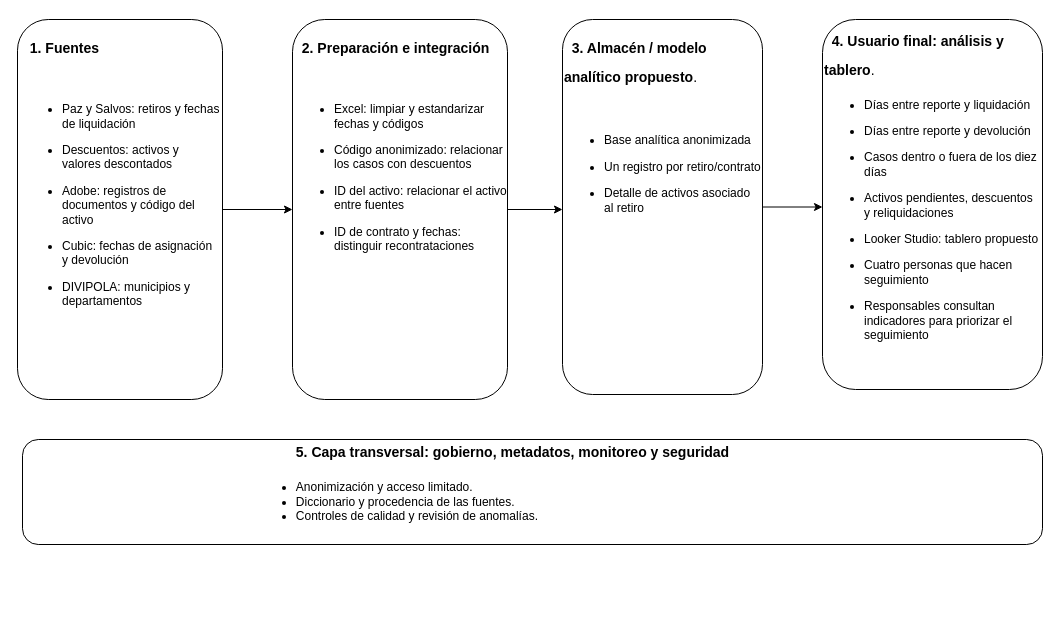
Before: docs/diagramas/Arquitectura_BI.drawio in Angiensanchezm-jpg/bi-proyecto-equipo-AngieSanchez-507232753-JuanaSotomayor-507232708, a draw.io diagram. Source tidied: cells renumbered, new cells numbered last; positions are measured from the earlier drawing's top-left corner, leaving out a move shared by most shapes. Both pictures are drawn from the tidied source at 100%, with x=0, y=0 at pixel (17, 17).
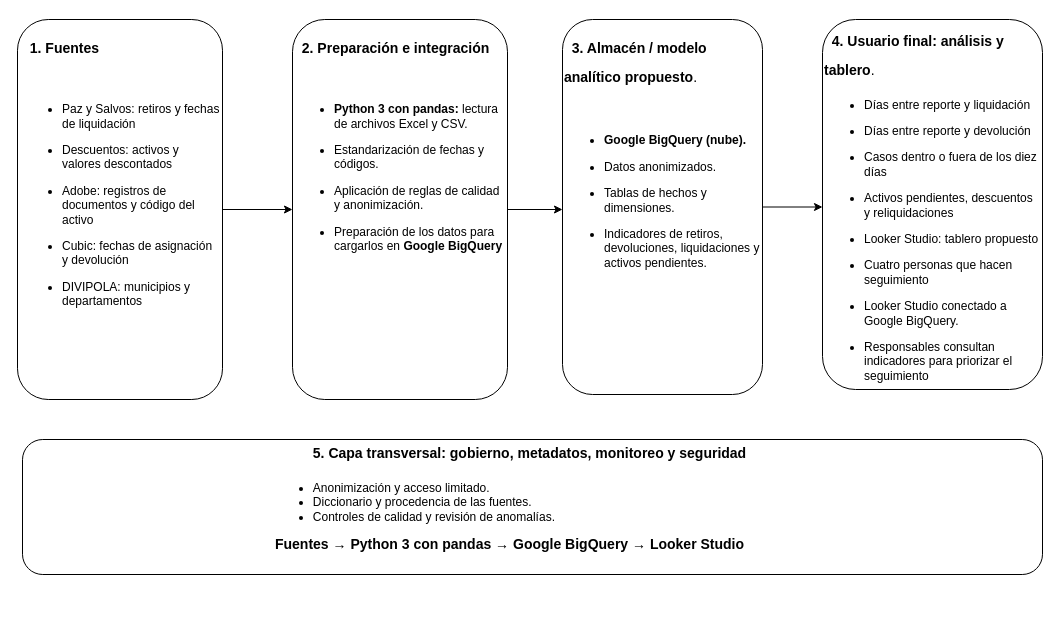
After the change.

What changed in the source:
```diff
@@
 <mxGraphModel>
   <root>
     <mxCell id="0" />
     <mxCell id="1" parent="0" />
     <mxCell id="2" style="rounded=1;whiteSpace=wrap;html=1;" parent="1" vertex="1">
-      <mxGeometry x="5" y="422" width="1020" height="105" as="geometry" />
+      <mxGeometry x="5" y="422" width="1020" height="135" as="geometry" />
     </mxCell>
     <mxCell id="3" style="edgeStyle=orthogonalEdgeStyle;rounded=0;jettySize=auto;html=1;" parent="1" edge="1" source="4" target="8">
       <mxGeometry relative="1" as="geometry" />
     </mxCell>
     <mxCell id="4" style="rounded=1;whiteSpace=wrap;html=1;" parent="1" vertex="1">
       <mxGeometry y="2" width="205" height="380" as="geometry" />
     </mxCell>
     <mxCell id="5" value="&lt;h1 style=&quot;margin-top: 0px;&quot;&gt;&lt;font style=&quot;font-size: 14px;&quot;&gt;&lt;strong style=&quot;&quot;&gt;&amp;nbsp; 1. &lt;/strong&gt;&lt;strong style=&quot;&quot;&gt;&lt;font style=&quot;&quot;&gt;Fuentes&lt;/font&gt;&lt;/strong&gt;&lt;/font&gt;&lt;/h1&gt;&lt;div&gt;&lt;br&gt;&lt;/div&gt;&lt;ul&gt;&lt;li&gt;Paz y Salvos: retiros y fechas de liquidación&lt;/li&gt;&lt;/ul&gt;&lt;ul&gt;&lt;li&gt;Descuentos: activos y valores descontados&lt;/li&gt;&lt;/ul&gt;&lt;ul&gt;&lt;li&gt;Adobe: registros de documentos y código del activo&lt;/li&gt;&lt;/ul&gt;&lt;ul&gt;&lt;li&gt;Cubic: fechas de asignación y devolución&lt;/li&gt;&lt;/ul&gt;&lt;ul&gt;&lt;li&gt;DIVIPOLA: municipios y departamentos&lt;/li&gt;&lt;/ul&gt;" style="text;html=1;whiteSpace=wrap;overflow=hidden;rounded=0;align=left;" parent="1" vertex="1">
       <mxGeometry x="2.5" y="7" width="200" height="320" as="geometry" />
     </mxCell>
     <mxCell id="6" style="edgeStyle=orthogonalEdgeStyle;rounded=0;jettySize=auto;html=1;" parent="1" edge="1" source="7" target="11">
       <mxGeometry relative="1" as="geometry" />
     </mxCell>
     <mxCell id="7" style="rounded=1;whiteSpace=wrap;html=1;" parent="1" vertex="1">
       <mxGeometry x="275" y="2" width="215" height="380" as="geometry" />
     </mxCell>
-    <mxCell id="8" value="&lt;h1 style=&quot;margin-top: 0px;&quot;&gt;&lt;strong style=&quot;&quot;&gt;&lt;font style=&quot;font-size: 14px;&quot;&gt;&amp;nbsp; 2. Preparación e integración&lt;/font&gt;&lt;/strong&gt;&lt;/h1&gt;&lt;p&gt;&lt;br&gt;&lt;/p&gt;&lt;ul&gt;&lt;li&gt;Excel: limpiar y estandarizar fechas y códigos&lt;/li&gt;&lt;/ul&gt;&lt;ul&gt;&lt;li&gt;Código anonimizado: relacionar los casos con descuentos&lt;/li&gt;&lt;/ul&gt;&lt;ul&gt;&lt;li&gt;ID del activo: relacionar el activo entre fuentes&lt;/li&gt;&lt;/ul&gt;&lt;ul&gt;&lt;li&gt;ID de contrato y fechas: distinguir recontrataciones&lt;/li&gt;&lt;/ul&gt;&lt;div&gt;&lt;br&gt;&lt;/div&gt;" style="text;html=1;whiteSpace=wrap;overflow=hidden;rounded=0;" parent="1" vertex="1">
+    <mxCell id="8" value="&lt;h1 style=&quot;margin-top: 0px;&quot;&gt;&lt;strong style=&quot;&quot;&gt;&lt;font style=&quot;font-size: 14px;&quot;&gt;&amp;nbsp; 2. Preparación e integración&lt;/font&gt;&lt;/strong&gt;&lt;/h1&gt;&lt;p&gt;&lt;br&gt;&lt;/p&gt;&lt;ul&gt;&lt;li&gt;&lt;strong&gt;Python 3 con pandas:&lt;/strong&gt; lectura de archivos Excel y CSV.&lt;/li&gt;&lt;/ul&gt;&lt;ul&gt;&lt;li&gt;Estandarización de fechas y códigos.&lt;/li&gt;&lt;/ul&gt;&lt;ul&gt;&lt;li&gt;Aplicación de reglas de calidad y anonimización.&lt;/li&gt;&lt;/ul&gt;&lt;ul&gt;&lt;li&gt;Preparación de los datos para cargarlos en &lt;strong&gt;Google BigQuery&lt;/strong&gt;&lt;/li&gt;&lt;/ul&gt;&lt;div&gt;&lt;br&gt;&lt;/div&gt;" style="text;html=1;whiteSpace=wrap;overflow=hidden;rounded=0;" parent="1" vertex="1">
       <mxGeometry x="275" y="7" width="215" height="370" as="geometry" />
     </mxCell>
     <mxCell id="9" style="edgeStyle=orthogonalEdgeStyle;rounded=0;jettySize=auto;html=1;" parent="1" edge="1" source="10" target="13">
       <mxGeometry relative="1" as="geometry" />
     </mxCell>
     <mxCell id="10" style="rounded=1;whiteSpace=wrap;html=1;" parent="1" vertex="1">
       <mxGeometry x="545" y="2" width="200" height="375" as="geometry" />
     </mxCell>
-    <mxCell id="11" value="&lt;h1 style=&quot;margin-top: 0px;&quot;&gt;&lt;font style=&quot;font-size: 14px;&quot;&gt;&lt;strong style=&quot;&quot;&gt;&amp;nbsp; 3. &lt;/strong&gt;&lt;strong style=&quot;color: light-dark(rgb(0, 0, 0), rgb(255, 255, 255)); background-color: transparent; text-align: center;&quot;&gt;Almacén / modelo analítico propuesto&lt;/strong&gt;&lt;span style=&quot;color: light-dark(rgb(0, 0, 0), rgb(255, 255, 255)); font-weight: 400; background-color: transparent; text-align: center;&quot;&gt;.&lt;/span&gt;&lt;/font&gt;&lt;/h1&gt;&lt;div&gt;&lt;font style=&quot;font-size: 14px;&quot;&gt;&lt;span style=&quot;color: light-dark(rgb(0, 0, 0), rgb(255, 255, 255)); font-weight: 400; background-color: transparent; text-align: center;&quot;&gt;&lt;br&gt;&lt;/span&gt;&lt;/font&gt;&lt;/div&gt;&lt;div&gt;&lt;ul style=&quot;text-align: center;&quot;&gt;&lt;li style=&quot;text-align: left;&quot;&gt;Base analítica anonimizada&lt;/li&gt;&lt;/ul&gt;&lt;ul style=&quot;text-align: center;&quot;&gt;&lt;li style=&quot;text-align: left;&quot;&gt;Un registro por retiro/contrato&lt;/li&gt;&lt;/ul&gt;&lt;ul style=&quot;text-align: center;&quot;&gt;&lt;li style=&quot;text-align: left;&quot;&gt;Detalle de activos asociado al retiro&lt;/li&gt;&lt;/ul&gt;&lt;/div&gt;" style="text;html=1;whiteSpace=wrap;overflow=hidden;rounded=0;" parent="1" vertex="1">
+    <mxCell id="11" value="&lt;h1 style=&quot;margin-top: 0px;&quot;&gt;&lt;font style=&quot;font-size: 14px;&quot;&gt;&lt;strong style=&quot;&quot;&gt;&amp;nbsp; 3. &lt;/strong&gt;&lt;strong style=&quot;color: light-dark(rgb(0, 0, 0), rgb(255, 255, 255)); background-color: transparent; text-align: center;&quot;&gt;Almacén / modelo analítico propuesto&lt;/strong&gt;&lt;span style=&quot;color: light-dark(rgb(0, 0, 0), rgb(255, 255, 255)); font-weight: 400; background-color: transparent; text-align: center;&quot;&gt;.&lt;/span&gt;&lt;/font&gt;&lt;/h1&gt;&lt;div&gt;&lt;font style=&quot;font-size: 14px;&quot;&gt;&lt;span style=&quot;color: light-dark(rgb(0, 0, 0), rgb(255, 255, 255)); font-weight: 400; background-color: transparent; text-align: center;&quot;&gt;&lt;br&gt;&lt;/span&gt;&lt;/font&gt;&lt;/div&gt;&lt;div&gt;&lt;ul style=&quot;&quot;&gt;&lt;li&gt;&lt;strong&gt;Google BigQuery (nube).&lt;/strong&gt;&lt;/li&gt;&lt;/ul&gt;&lt;ul style=&quot;&quot;&gt;&lt;li&gt;Datos anonimizados.&lt;/li&gt;&lt;/ul&gt;&lt;ul style=&quot;&quot;&gt;&lt;li&gt;Tablas de hechos y dimensiones.&lt;/li&gt;&lt;/ul&gt;&lt;ul style=&quot;&quot;&gt;&lt;li&gt;Indicadores de retiros, devoluciones, liquidaciones y activos pendientes.&lt;/li&gt;&lt;/ul&gt;&lt;/div&gt;" style="text;html=1;whiteSpace=wrap;overflow=hidden;rounded=0;" parent="1" vertex="1">
       <mxGeometry x="545" y="7" width="200" height="370" as="geometry" />
     </mxCell>
     <mxCell id="12" style="rounded=1;whiteSpace=wrap;html=1;" parent="1" vertex="1">
       <mxGeometry x="805" y="2" width="220" height="370" as="geometry" />
     </mxCell>
-    <mxCell id="13" value="&lt;h1 style=&quot;margin-top: 0px;&quot;&gt;&lt;font style=&quot;font-size: 14px;&quot;&gt;&lt;strong style=&quot;&quot;&gt;&amp;nbsp; 4. &lt;/strong&gt;&lt;strong style=&quot;color: light-dark(rgb(0, 0, 0), rgb(255, 255, 255)); background-color: transparent;&quot;&gt;Usuario final: análisis y tablero&lt;/strong&gt;&lt;span style=&quot;color: light-dark(rgb(0, 0, 0), rgb(255, 255, 255)); font-weight: 400; background-color: transparent;&quot;&gt;.&lt;/span&gt;&lt;/font&gt;&lt;/h1&gt;&lt;div&gt;&lt;div&gt;&lt;ul&gt;&lt;li&gt;Días entre reporte y liquidación&lt;/li&gt;&lt;/ul&gt;&lt;ul&gt;&lt;li&gt;Días entre reporte y devolución&lt;/li&gt;&lt;/ul&gt;&lt;ul&gt;&lt;li&gt;Casos dentro o fuera de los diez días&lt;/li&gt;&lt;/ul&gt;&lt;ul&gt;&lt;li&gt;Activos pendientes, descuentos y reliquidaciones&lt;/li&gt;&lt;/ul&gt;&lt;ul&gt;&lt;li&gt;Looker Studio: tablero propuesto&lt;/li&gt;&lt;/ul&gt;&lt;ul&gt;&lt;li&gt;Cuatro personas que hacen seguimiento&lt;/li&gt;&lt;/ul&gt;&lt;ul&gt;&lt;li&gt;Responsables consultan indicadores para priorizar el seguimiento&lt;/li&gt;&lt;/ul&gt;&lt;/div&gt;&lt;/div&gt;" style="text;html=1;whiteSpace=wrap;overflow=hidden;rounded=0;" parent="1" vertex="1">
+    <mxCell id="13" value="&lt;h1 style=&quot;margin-top: 0px;&quot;&gt;&lt;font style=&quot;font-size: 14px;&quot;&gt;&lt;strong style=&quot;&quot;&gt;&amp;nbsp; 4. &lt;/strong&gt;&lt;strong style=&quot;color: light-dark(rgb(0, 0, 0), rgb(255, 255, 255)); background-color: transparent;&quot;&gt;Usuario final: análisis y tablero&lt;/strong&gt;&lt;span style=&quot;color: light-dark(rgb(0, 0, 0), rgb(255, 255, 255)); font-weight: 400; background-color: transparent;&quot;&gt;.&lt;/span&gt;&lt;/font&gt;&lt;/h1&gt;&lt;div&gt;&lt;ul&gt;&lt;li&gt;Días entre reporte y liquidación&lt;/li&gt;&lt;/ul&gt;&lt;ul&gt;&lt;li&gt;Días entre reporte y devolución&lt;/li&gt;&lt;/ul&gt;&lt;ul&gt;&lt;li&gt;Casos dentro o fuera de los diez días&lt;/li&gt;&lt;/ul&gt;&lt;ul&gt;&lt;li&gt;Activos pendientes, descuentos y reliquidaciones&lt;/li&gt;&lt;/ul&gt;&lt;ul&gt;&lt;li&gt;Looker Studio: tablero propuesto&lt;/li&gt;&lt;/ul&gt;&lt;ul&gt;&lt;li&gt;Cuatro personas que hacen seguimiento&lt;/li&gt;&lt;/ul&gt;&lt;ul&gt;&lt;li&gt;Looker Studio conectado a Google BigQuery.&lt;/li&gt;&lt;/ul&gt;&lt;ul&gt;&lt;li&gt;Responsables consultan indicadores para priorizar el seguimiento&lt;/li&gt;&lt;/ul&gt;&lt;/div&gt;" style="text;html=1;whiteSpace=wrap;overflow=hidden;rounded=0;" parent="1" vertex="1">
       <mxGeometry x="805" y="-0.5" width="220" height="380" as="geometry" />
     </mxCell>
-    <mxCell id="14" value="&lt;p&gt;&lt;br&gt;&lt;/p&gt;&lt;blockquote style=&quot;margin: 0px 0px 0px 40px; border-width: medium; border-style: none; border-color: currentcolor; border-image: none; padding: 0px;&quot;&gt;&lt;h1 style=&quot;text-align: left; margin-top: 0px;&quot;&gt;&lt;b style=&quot;text-align: center;&quot;&gt;&lt;font style=&quot;font-size: 14px;&quot;&gt;5. Capa transversal: gobierno, metadatos, monitoreo y seguridad&lt;/font&gt;&lt;/b&gt;&lt;/h1&gt;&lt;/blockquote&gt;&lt;p style=&quot;text-align: left;&quot;&gt;&lt;/p&gt;&lt;p&gt;&lt;/p&gt;&lt;p&gt;&lt;/p&gt;&lt;ul&gt;&lt;li style=&quot;text-align: left;&quot;&gt;&lt;span&gt;Anonimización y acceso limitado.&lt;/span&gt;&lt;/li&gt;&lt;li style=&quot;text-align: left;&quot;&gt;&lt;span&gt;Diccionario y procedencia de las fuentes.&lt;/span&gt;&lt;/li&gt;&lt;li style=&quot;text-align: left;&quot;&gt;&lt;span&gt;Controles de calidad y revisión de anomalías.&lt;/span&gt;&lt;/li&gt;&lt;/ul&gt;&lt;p&gt;&lt;b&gt;&lt;br&gt;&lt;/b&gt;&lt;/p&gt;&lt;p&gt;&lt;b&gt;&lt;br&gt;&lt;/b&gt;&lt;/p&gt;&lt;p&gt;&lt;/p&gt;" style="text;html=1;whiteSpace=wrap;strokeColor=none;fillColor=none;align=center;verticalAlign=middle;rounded=0;" parent="1" vertex="1">
-      <mxGeometry x="22.5" y="427" width="905" height="95" as="geometry" />
+    <mxCell id="14" value="&lt;p&gt;&lt;br&gt;&lt;/p&gt;&lt;blockquote style=&quot;margin: 0px 0px 0px 40px; border-width: medium; border-style: none; border-color: currentcolor; border-image: none; padding: 0px;&quot;&gt;&lt;h1 style=&quot;text-align: left; margin-top: 0px;&quot;&gt;&lt;b style=&quot;text-align: center;&quot;&gt;&lt;font style=&quot;font-size: 14px;&quot;&gt;5. Capa transversal: gobierno, metadatos, monitoreo y seguridad&lt;/font&gt;&lt;/b&gt;&lt;/h1&gt;&lt;/blockquote&gt;&lt;p style=&quot;text-align: left;&quot;&gt;&lt;/p&gt;&lt;p&gt;&lt;/p&gt;&lt;p&gt;&lt;/p&gt;&lt;ul&gt;&lt;li style=&quot;text-align: left;&quot;&gt;&lt;span&gt;Anonimización y acceso limitado.&lt;/span&gt;&lt;/li&gt;&lt;li style=&quot;text-align: left;&quot;&gt;&lt;span&gt;Diccionario y procedencia de las fuentes.&lt;/span&gt;&lt;/li&gt;&lt;li style=&quot;text-align: left;&quot;&gt;&lt;span&gt;Controles de calidad y revisión de anomalías.&lt;/span&gt;&lt;/li&gt;&lt;/ul&gt;&lt;div style=&quot;&quot;&gt;&lt;p&gt;&lt;strong&gt;&lt;font style=&quot;font-size: 14px;&quot;&gt;Fuentes → Python 3 con pandas → Google BigQuery → Looker Studio&lt;/font&gt;&lt;/strong&gt;&lt;/p&gt;&lt;p&gt;&lt;/p&gt;&lt;/div&gt;&lt;p&gt;&lt;b&gt;&lt;br&gt;&lt;/b&gt;&lt;/p&gt;&lt;p&gt;&lt;b&gt;&lt;br&gt;&lt;/b&gt;&lt;/p&gt;&lt;p&gt;&lt;/p&gt;" style="text;html=1;whiteSpace=wrap;strokeColor=none;fillColor=none;align=center;verticalAlign=middle;rounded=0;" parent="1" vertex="1">
+      <mxGeometry x="40" y="442" width="905" height="95" as="geometry" />
     </mxCell>
   </root>
 </mxGraphModel>
```
